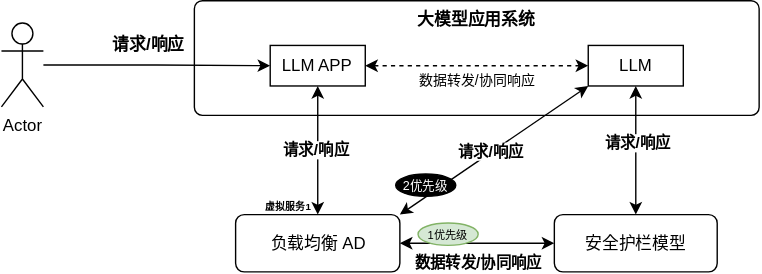
Earlier version of the draw.io export Model fence load balancing model reverse proxy docking.svg (skillre/diagrams_P). Source tidied: cells renumbered, new cells last; positions are measured from the earlier drawing's top-left corner, leaving out a move shared by most shapes.
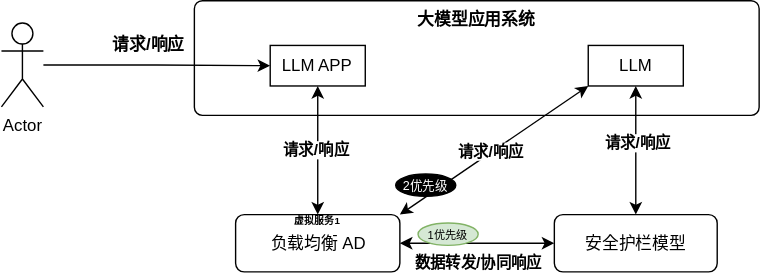
After the change.

Change to the diagram source:
```diff
@@ -22,14 +22,6 @@
     <mxCell id="7" value="大模型应用系统" style="rounded=1;whiteSpace=wrap;html=1;verticalAlign=top;fontStyle=1;arcSize=7;" parent="1" vertex="1">
       <mxGeometry x="138" width="404" height="82" as="geometry" />
     </mxCell>
-    <mxCell id="8" style="edgeStyle=orthogonalEdgeStyle;rounded=0;jettySize=auto;html=1;entryX=0;entryY=0.5;entryDx=0;entryDy=0;dashed=1;startArrow=classic;startFill=1;" parent="7" edge="1" source="10" target="11">
-      <mxGeometry relative="1" as="geometry" />
-    </mxCell>
-    <mxCell id="9" value="&lt;font style=&quot;font-size: 10px;&quot;&gt;数据转发/协同响应&lt;/font&gt;" style="edgeLabel;html=1;align=center;verticalAlign=middle;" parent="8" vertex="1">
-      <mxGeometry x="-0.21" y="-1" relative="1" as="geometry">
-        <mxPoint x="16" y="9" as="offset" />
-      </mxGeometry>
-    </mxCell>
     <mxCell id="10" value="LLM APP" style="whiteSpace=wrap;html=1;" parent="7" vertex="1">
       <mxGeometry x="54.2" y="32" width="68" height="29" as="geometry" />
     </mxCell>
@@ -71,7 +63,7 @@
       <mxGeometry x="282" y="124" width="43" height="16" as="geometry" />
     </mxCell>
     <mxCell id="22" value="虚拟服务1" style="text;strokeColor=none;fillColor=none;align=center;verticalAlign=middle;rounded=0;fontSize=7;fontStyle=1;spacing=0;spacingTop=1;" parent="1" vertex="1">
-      <mxGeometry x="187" y="141" width="37.2" height="12" as="geometry" />
+      <mxGeometry x="207.8" y="151" width="37.2" height="12" as="geometry" />
     </mxCell>
   </root>
 </mxGraphModel>
```
